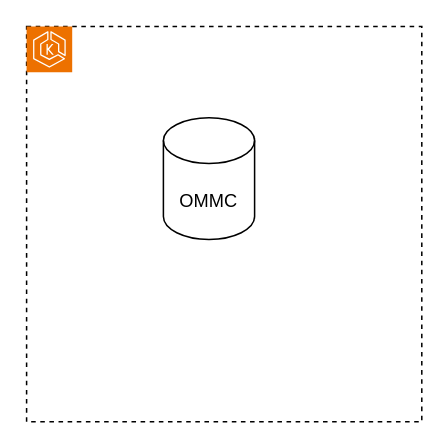
Before: drawio/sample2.drawio in KazuhideKitagawa/test, a draw.io diagram. Source tidied: cells renumbered, new cells numbered last; positions are measured from the earlier drawing's top-left corner, leaving out a move shared by most shapes. Both pictures are drawn from the tidied source at 152%, with x=0, y=0 at pixel (26, 26).
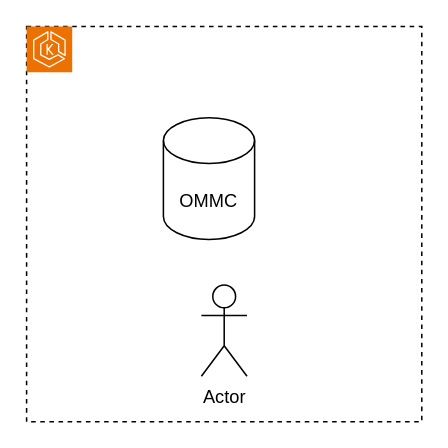
The same diagram, later.

Change to the diagram source:
```diff
@@
 <mxGraphModel>
   <root>
     <mxCell id="0" />
     <mxCell id="1" parent="0" />
     <mxCell id="2" style="whiteSpace=wrap;html=1;dashed=1;" parent="1" vertex="1">
       <mxGeometry width="260" height="260" as="geometry" />
     </mxCell>
     <mxCell id="3" style="sketch=0;fontColor=#232F3E;fillColor=#ED7100;strokeColor=#ffffff;dashed=0;verticalLabelPosition=bottom;verticalAlign=top;align=center;html=1;fontSize=12;fontStyle=0;shape=mxgraph.aws4.resourceIcon;resIcon=mxgraph.aws4.eks;" parent="1" vertex="1">
       <mxGeometry width="30" height="30" as="geometry" />
     </mxCell>
     <mxCell id="4" style="shape=cylinder3;whiteSpace=wrap;html=1;boundedLbl=1;backgroundOutline=1;size=15;" parent="1" vertex="1">
       <mxGeometry x="90" y="60" width="60" height="80" as="geometry" />
     </mxCell>
     <mxCell id="5" value="OMMC" style="text;html=1;align=center;verticalAlign=middle;whiteSpace=wrap;rounded=0;" parent="1" vertex="1">
       <mxGeometry x="90" y="100" width="60" height="30" as="geometry" />
     </mxCell>
+    <mxCell id="6" value="Actor" style="shape=umlActor;verticalLabelPosition=bottom;verticalAlign=top;html=1;" parent="1" vertex="1">
+      <mxGeometry x="115" y="170" width="30" height="60" as="geometry" />
+    </mxCell>
   </root>
 </mxGraphModel>
```
